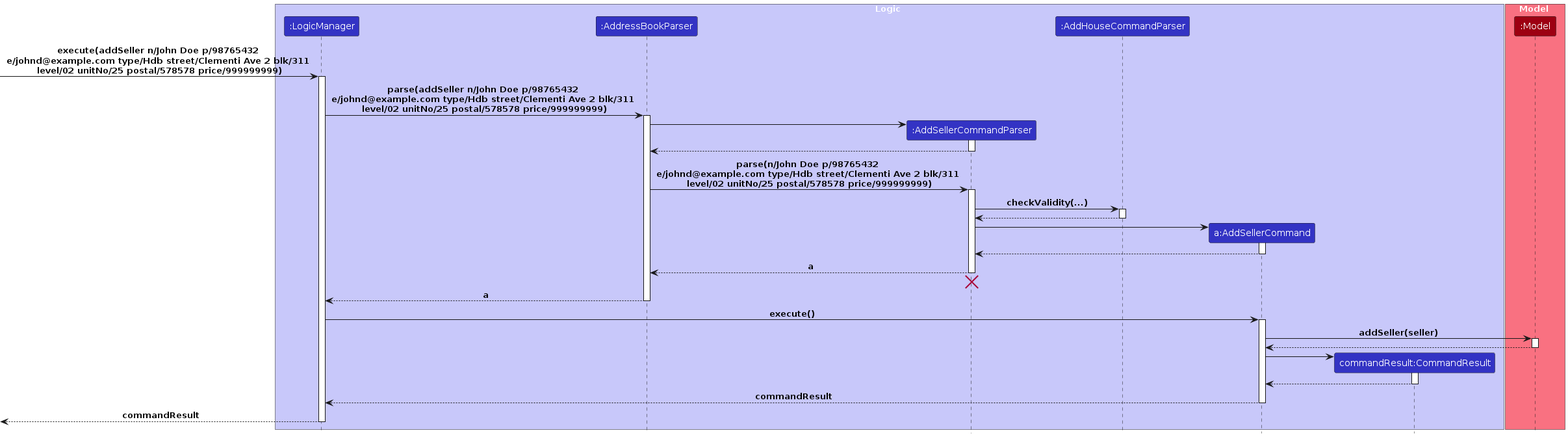
The PlantUML diagram diagrams/AddSellerSequenceDiagram-Logic.png in lokidoki102/tp, before a commit. Its source is kept beside it as diagrams/AddSellerSequenceDiagram-Logic.puml.
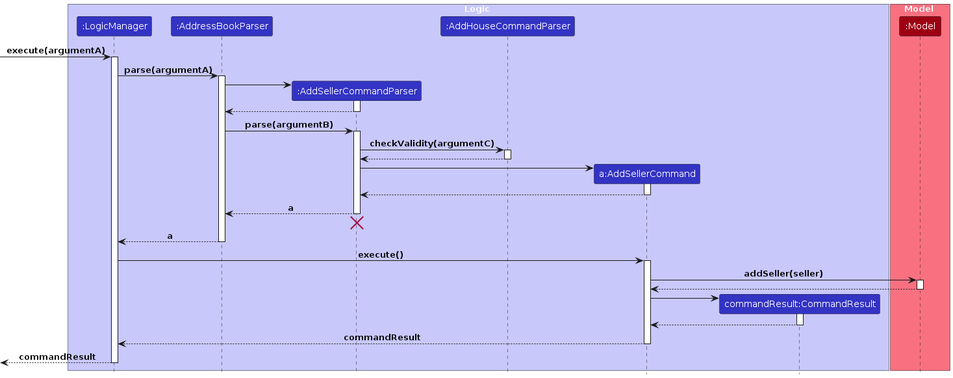
Above is the later version.

What changed in the source:
```diff
@@ -14,14 +14,10 @@
 participant ":Model" as Model MODEL_COLOR
 end box
 
-[-> LogicManager : execute(addSeller n/John Doe p/98765432 \n\
-e/johnd@example.com type/Hdb street/Clementi Ave 2 blk/311 \n\
-level/02 unitNo/25 postal/578578 price/999999999)
+[-> LogicManager : execute(argumentA)
 activate LogicManager
 
-LogicManager -> AddressBookParser : parse(addSeller n/John Doe p/98765432 \n\
-e/johnd@example.com type/Hdb street/Clementi Ave 2 blk/311 \n\
-level/02 unitNo/25 postal/578578 price/999999999)
+LogicManager -> AddressBookParser : parse(argumentA)
 activate AddressBookParser
 
 create AddSellerCommandParser
@@ -31,12 +27,10 @@
 AddSellerCommandParser --> AddressBookParser
 deactivate AddSellerCommandParser
 
-AddressBookParser -> AddSellerCommandParser : parse(n/John Doe p/98765432 \n\
-e/johnd@example.com type/Hdb street/Clementi Ave 2 blk/311 \n\
-level/02 unitNo/25 postal/578578 price/999999999)
+AddressBookParser -> AddSellerCommandParser : parse(argumentB)
 activate AddSellerCommandParser
 
-AddSellerCommandParser -> AddHouseCommandParser : checkValidity(...)
+AddSellerCommandParser -> AddHouseCommandParser : checkValidity(argumentC)
 activate AddHouseCommandParser
 
 AddHouseCommandParser --> AddSellerCommandParser
```
